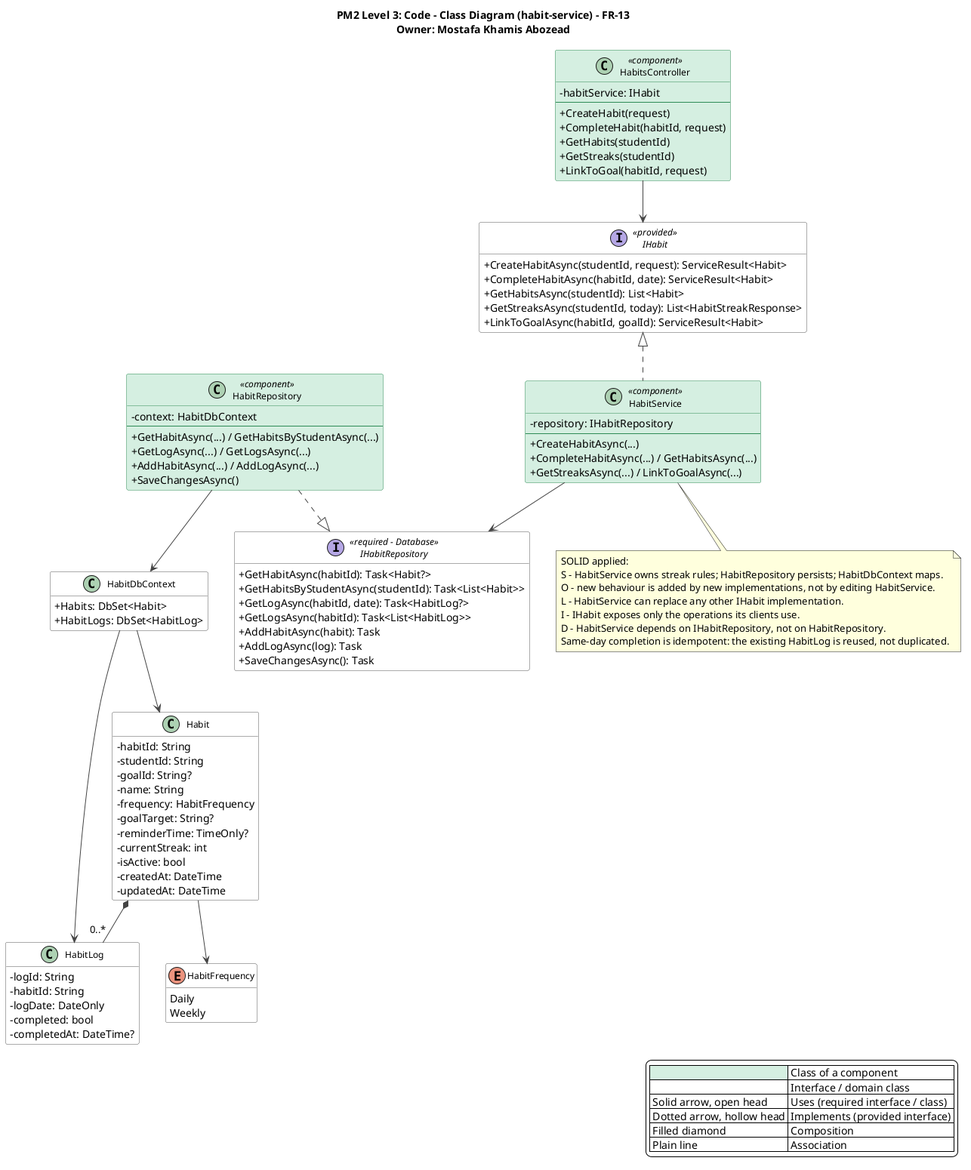
Before: docs/PM2/Part A — Design/Class Diagram/13-habit-service.png, a diagram exported from PlantUML (AIU-SoftWave/Aspirra). Source of this version:
```plantuml
@startuml 13-habit-service
title PM2 Level 3: Code - Class Diagram (habit-service) - FR-13\nOwner: Mostafa Khamis Abozead
top to bottom direction
skinparam shadowing false
skinparam defaultFontName Segoe UI
skinparam backgroundColor #FFFFFF
skinparam classAttributeIconSize 0
skinparam classFontSize 12
skinparam nodesep 35
skinparam ranksep 55
skinparam ArrowColor #444444
skinparam class {
  BackgroundColor #FFFFFF
  BorderColor #555555
  BackgroundColor<<component>> #D5EFE0
  BorderColor<<component>> #2E8B57
}
skinparam interface {
  BackgroundColor #FFFFFF
  BorderColor #555555
}
hide empty members

legend right
  |<#D5EFE0>   | Class of a component |
  |<#FFFFFF>   | Interface / domain class |
  | Solid arrow, open head | Uses (required interface / class) |
  | Dotted arrow, hollow head | Implements (provided interface) |
  | Filled diamond | Composition |
  | Plain line | Association |
endlegend

interface IHabit <<provided>> {
  +CreateHabitAsync(studentId, request): ServiceResult<Habit>
  +CompleteHabitAsync(habitId, date): ServiceResult<Habit>
  +GetHabitsAsync(studentId): List<Habit>
  +GetStreaksAsync(studentId, today): List<HabitStreakResponse>
  +LinkToGoalAsync(habitId, goalId): ServiceResult<Habit>
}

class HabitsController <<component>> {
  -habitService: IHabit
  --
  +CreateHabit(request)
  +CompleteHabit(habitId, request)
  +GetHabits(studentId)
  +GetStreaks(studentId)
  +LinkToGoal(habitId, request)
}

class HabitService <<component>> {
  -repository: IHabitRepository
  --
  +CreateHabitAsync(...)
  +CompleteHabitAsync(...) / GetHabitsAsync(...)
  +GetStreaksAsync(...) / LinkToGoalAsync(...)
}

interface IHabitRepository <<required - Database>> {
  +GetHabitAsync(habitId): Task<Habit?>
  +GetHabitsByStudentAsync(studentId): Task<List<Habit>>
  +GetLogAsync(habitId, date): Task<HabitLog?>
  +GetLogsAsync(habitId): Task<List<HabitLog>>
  +AddHabitAsync(habit): Task
  +AddLogAsync(log): Task
  +SaveChangesAsync(): Task
}

class HabitRepository <<component>> {
  -context: HabitDbContext
  --
  +GetHabitAsync(...) / GetHabitsByStudentAsync(...)
  +GetLogAsync(...) / GetLogsAsync(...)
  +AddHabitAsync(...) / AddLogAsync(...)
  +SaveChangesAsync()
}

class HabitDbContext {
  +Habits: DbSet<Habit>
  +HabitLogs: DbSet<HabitLog>
}

class Habit {
  -habitId: String
  -studentId: String
  -goalId: String?
  -name: String
  -frequency: HabitFrequency
  -goalTarget: String?
  -reminderTime: TimeOnly?
  -currentStreak: int
  -isActive: bool
  -createdAt: DateTime
  -updatedAt: DateTime
}
class HabitLog {
  -logId: String
  -habitId: String
  -logDate: DateOnly
  -completed: bool
  -completedAt: DateTime?
}
enum HabitFrequency {
  Daily
  Weekly
}

HabitsController --> IHabit
IHabit <|.. HabitService
HabitService --> IHabitRepository
HabitRepository ..|> IHabitRepository
HabitRepository --> HabitDbContext
HabitDbContext --> Habit
HabitDbContext --> HabitLog
Habit *-- "0..*" HabitLog
Habit --> HabitFrequency
note bottom of HabitService
SOLID applied:
S - HabitService owns streak rules; HabitRepository persists; HabitDbContext maps.
O - new behaviour is added by new implementations, not by editing HabitService.
L - HabitService can replace any other IHabit implementation.
I - IHabit exposes only the operations its clients use.
D - HabitService depends on IHabitRepository, not on HabitRepository.
Same-day completion is idempotent: the existing HabitLog is reused, not duplicated.
end note
@enduml
```
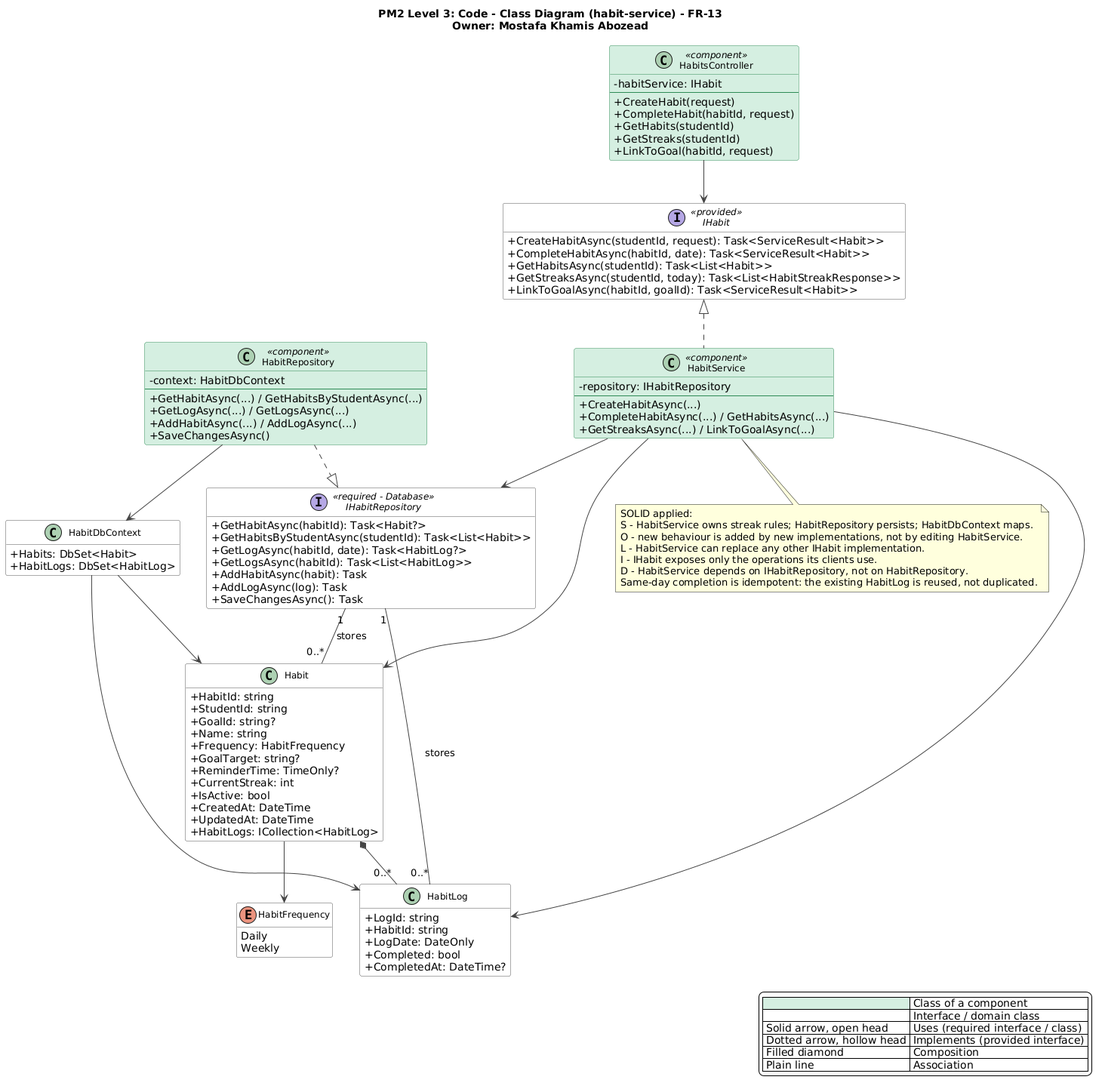
Above is the later version.

The edit, as a diff of the source:
```diff
@@ -31,11 +31,11 @@
 endlegend
 
 interface IHabit <<provided>> {
-  +CreateHabitAsync(studentId, request): ServiceResult<Habit>
-  +CompleteHabitAsync(habitId, date): ServiceResult<Habit>
-  +GetHabitsAsync(studentId): List<Habit>
-  +GetStreaksAsync(studentId, today): List<HabitStreakResponse>
-  +LinkToGoalAsync(habitId, goalId): ServiceResult<Habit>
+  +CreateHabitAsync(studentId, request): Task<ServiceResult<Habit>>
+  +CompleteHabitAsync(habitId, date): Task<ServiceResult<Habit>>
+  +GetHabitsAsync(studentId): Task<List<Habit>>
+  +GetStreaksAsync(studentId, today): Task<List<HabitStreakResponse>>
+  +LinkToGoalAsync(habitId, goalId): Task<ServiceResult<Habit>>
 }
 
 class HabitsController <<component>> {
@@ -81,24 +81,25 @@
 }
 
 class Habit {
-  -habitId: String
-  -studentId: String
-  -goalId: String?
-  -name: String
-  -frequency: HabitFrequency
-  -goalTarget: String?
-  -reminderTime: TimeOnly?
-  -currentStreak: int
-  -isActive: bool
-  -createdAt: DateTime
-  -updatedAt: DateTime
+  +HabitId: string
+  +StudentId: string
+  +GoalId: string?
+  +Name: string
+  +Frequency: HabitFrequency
+  +GoalTarget: string?
+  +ReminderTime: TimeOnly?
+  +CurrentStreak: int
+  +IsActive: bool
+  +CreatedAt: DateTime
+  +UpdatedAt: DateTime
+  +HabitLogs: ICollection<HabitLog>
 }
 class HabitLog {
-  -logId: String
-  -habitId: String
-  -logDate: DateOnly
-  -completed: bool
-  -completedAt: DateTime?
+  +LogId: string
+  +HabitId: string
+  +LogDate: DateOnly
+  +Completed: bool
+  +CompletedAt: DateTime?
 }
 enum HabitFrequency {
   Daily
@@ -108,6 +109,10 @@
 HabitsController --> IHabit
 IHabit <|.. HabitService
 HabitService --> IHabitRepository
+HabitService --> Habit
+HabitService --> HabitLog
+IHabitRepository "1" -- "0..*" Habit : stores
+IHabitRepository "1" -- "0..*" HabitLog : stores
 HabitRepository ..|> IHabitRepository
 HabitRepository --> HabitDbContext
 HabitDbContext --> Habit
```
